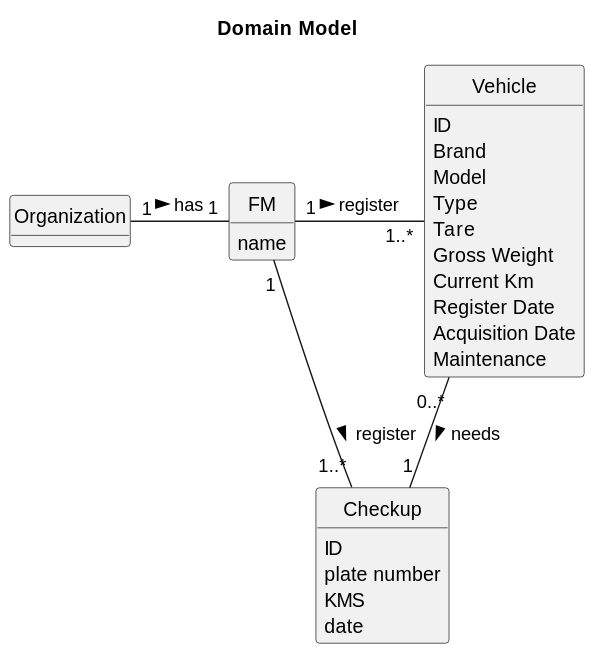
daniel41silva05/ISEP_2023_2024_LAPR2 keeps this PlantUML diagram as docs/sprintA&B/us007/02.analysis/svg/us007-domain-model.svg. Above is the earlier version.
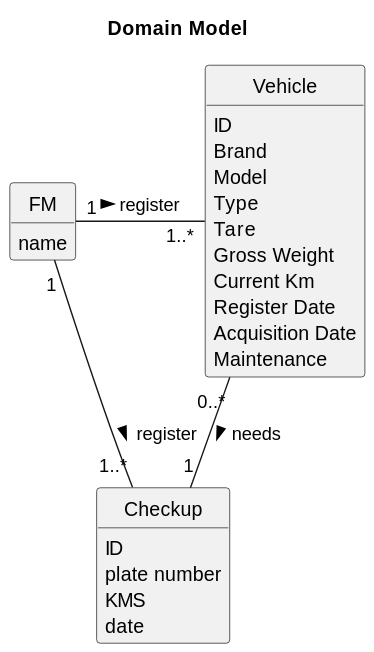
The same file after the commit.

Diff of the diagram source:
```diff
@@ -37,7 +37,6 @@
     Maintenance
 }
 
-Organization "1" - "1" FM : has >
 FM "1" - "1..*" Vehicle : register >
 FM "1" - "1..*" Checkup : register >
 Vehicle "0..*" -- "1" Checkup : needs >
```
